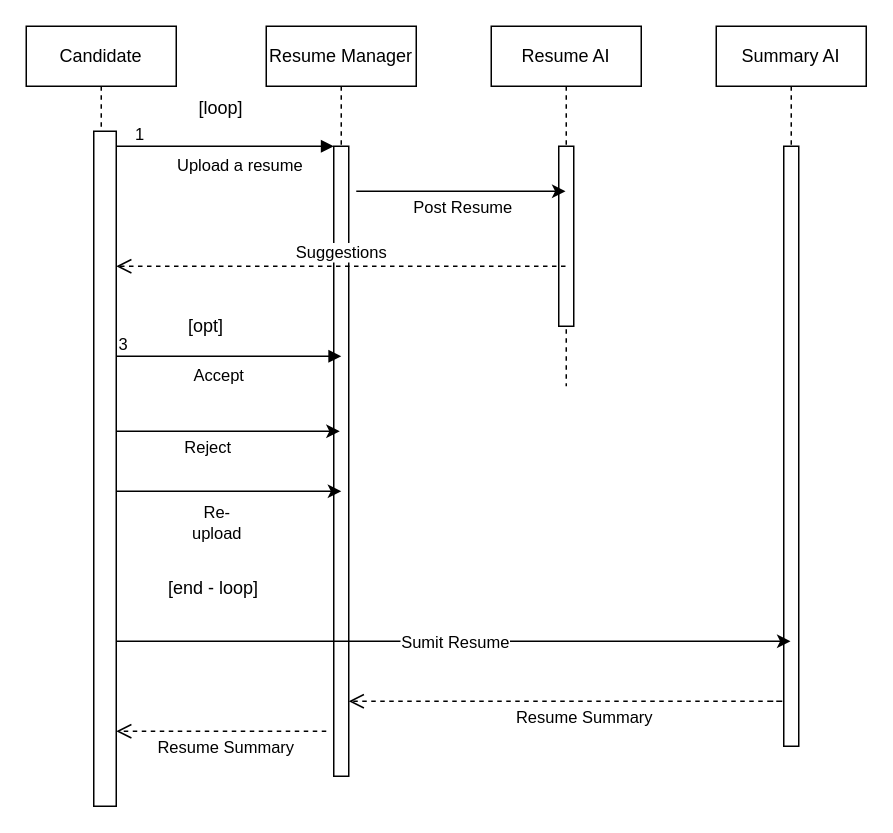
Earlier version of the draw.io diagram Usecases/RawImages/Candidate-submission.drawio (SK11GS/Builders-Glitch). Source tidied: cells renumbered, new cells numbered last; positions are measured from the earlier drawing's top-left corner, leaving out a move shared by most shapes. Both pictures are drawn from the tidied source at 150%, with x=0, y=0 at pixel (26, 26).
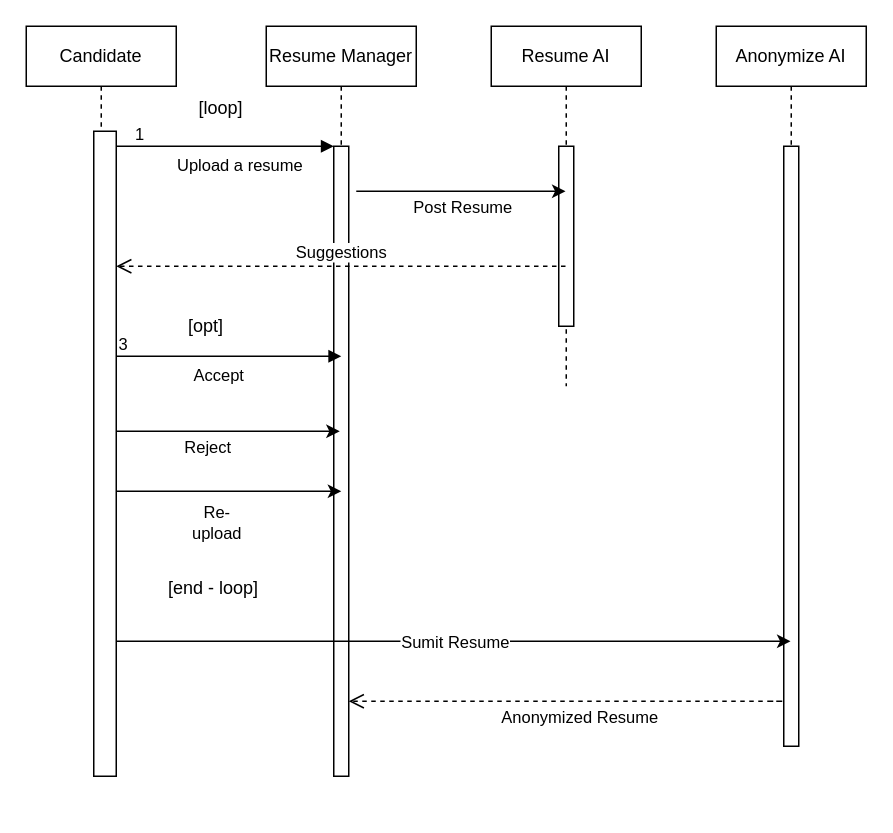
After the change.

Commit message (it also covers changes not shown here):
Update to user submit flow

Diff of the diagram source:
```diff
@@
     <mxCell id="2" value="Candidate" style="shape=umlLifeline;perimeter=lifelinePerimeter;whiteSpace=wrap;html=1;newEdgeStyle={&quot;edgeStyle&quot;:&quot;elbowEdgeStyle&quot;,&quot;elbow&quot;:&quot;vertical&quot;,&quot;curved&quot;:0,&quot;rounded&quot;:0};" parent="1" vertex="1">
-      <mxGeometry width="100" height="520" as="geometry" />
+      <mxGeometry width="100" height="500" as="geometry" />
     </mxCell>
     <mxCell id="3" style="html=1;perimeter=orthogonalPerimeter;targetShapes=umlLifeline;newEdgeStyle={&quot;edgeStyle&quot;:&quot;elbowEdgeStyle&quot;,&quot;elbow&quot;:&quot;vertical&quot;,&quot;curved&quot;:0,&quot;rounded&quot;:0};" parent="2" vertex="1">
-      <mxGeometry x="45" y="70" width="15" height="450" as="geometry" />
+      <mxGeometry x="45" y="70" width="15" height="430" as="geometry" />
     </mxCell>
@@
-    <mxCell id="20" value="&lt;div&gt;Summary AI&lt;/div&gt;" style="shape=umlLifeline;perimeter=lifelinePerimeter;whiteSpace=wrap;html=1;outlineConnect=0;portConstraint=eastwest;newEdgeStyle={&quot;edgeStyle&quot;:&quot;elbowEdgeStyle&quot;,&quot;elbow&quot;:&quot;vertical&quot;,&quot;curved&quot;:0,&quot;rounded&quot;:0};" parent="1" vertex="1">
+    <mxCell id="20" value="&lt;div&gt;Anonymize AI&lt;/div&gt;" style="shape=umlLifeline;perimeter=lifelinePerimeter;whiteSpace=wrap;html=1;outlineConnect=0;portConstraint=eastwest;newEdgeStyle={&quot;edgeStyle&quot;:&quot;elbowEdgeStyle&quot;,&quot;elbow&quot;:&quot;vertical&quot;,&quot;curved&quot;:0,&quot;rounded&quot;:0};" parent="1" vertex="1">
       <mxGeometry x="460" width="100" height="480" as="geometry" />
     </mxCell>
@@
-    <mxCell id="26" value="Resume Summary" style="html=1;verticalAlign=bottom;endArrow=open;dashed=1;endSize=8;curved=0;rounded=0;" parent="1" edge="1">
-      <mxGeometry x="-0.05" y="20" relative="1" as="geometry">
+    <mxCell id="26" value="Anonymized Resume" style="html=1;verticalAlign=bottom;endArrow=open;dashed=1;endSize=8;curved=0;rounded=0;" parent="1" edge="1">
+      <mxGeometry x="-0.03" y="20" relative="1" as="geometry">
         <mxPoint x="495" y="450" as="sourcePoint" />
         <mxPoint x="215" y="450" as="targetPoint" />
         <Array as="points">
           <mxPoint x="505" y="450" />
         </Array>
       </mxGeometry>
     </mxCell>
-    <mxCell id="27" value="Resume Summary" style="html=1;verticalAlign=bottom;endArrow=open;dashed=1;endSize=8;curved=0;rounded=0;" parent="1" edge="1">
-      <mxGeometry x="-0.05" y="20" relative="1" as="geometry">
-        <mxPoint x="200" y="470" as="sourcePoint" />
-        <mxPoint x="60" y="470" as="targetPoint" />
-      </mxGeometry>
-    </mxCell>
```
